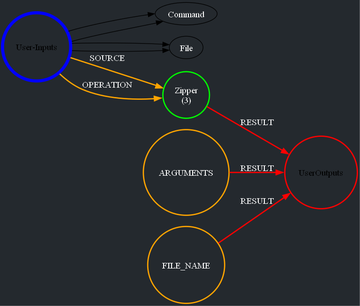
This is appContent/flow.png from Asaf-prog/stepper, a Graphviz export, as it was before one commit. Its source is kept beside it as appContent/flow.dot. Source of this version:
```dot
digraph FlowDiagram {
  rankdir=LR;
  size="400,400";
   bgcolor="#24292e";
  user_inputs [label="User-Inputs", shape=circle, color=blue, penwidth=5 ];
  user_outputs [label="User-Outputs", shape=circle, color=red, penwidth=5 ];
  node [fontcolor=white];
  edge [fontcolor=white];
  Command Line [label="Command Line\n(1)", shape=circle, color=green, penwidth=2 ];
  File Dumper [label="File Dumper\n(2)", shape=circle, color=green, penwidth=2 ];
  Zipper [label="Zipper\n(3)", shape=circle, color=green, penwidth=2 ];
  user_inputs -> Command Line [label="COMMAND", color=orange, penwidth=2 ];
  user_inputs -> Command Line [label="ARGUMENTS", color=orange, penwidth=2 ];
  Command Line -> user_outputs [label="RESULT", color=red, penwidth=2 ];
  user_inputs -> File Dumper [label="CONTENT", color=orange, penwidth=2 ];
  user_inputs -> File Dumper [label="FILE_NAME", color=orange, penwidth=2 ];
  File Dumper -> user_outputs [label="RESULT", color=red, penwidth=2 ];
  user_inputs -> Zipper [label="SOURCE", color=orange, penwidth=2 ];
  user_inputs -> Zipper [label="OPERATION", color=orange, penwidth=2 ];
  Zipper -> user_outputs [label="RESULT", color=red, penwidth=2 ];
  user_outputs [label="UserOutputs", shape=circle, color=red , penwidth=2 ];
}
```
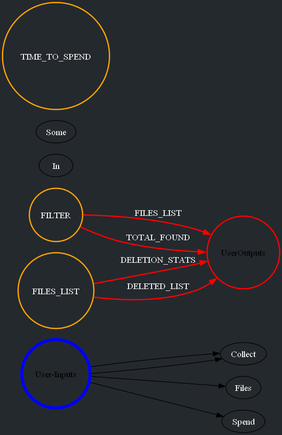
After the change.

What changed in the source:
```diff
@@ -1,22 +1,21 @@
 digraph FlowDiagram {
   rankdir=LR;
-  size="400,400";
-   bgcolor="#24292e";
+  size="400,600";
+  bgcolor="#24292e"
   user_inputs [label="User-Inputs", shape=circle, color=blue, penwidth=5 ];
   user_outputs [label="User-Outputs", shape=circle, color=red, penwidth=5 ];
   node [fontcolor=white];
   edge [fontcolor=white];
-  Command Line [label="Command Line\n(1)", shape=circle, color=green, penwidth=2 ];
-  File Dumper [label="File Dumper\n(2)", shape=circle, color=green, penwidth=2 ];
-  Zipper [label="Zipper\n(3)", shape=circle, color=green, penwidth=2 ];
-  user_inputs -> Command Line [label="COMMAND", color=orange, penwidth=2 ];
-  user_inputs -> Command Line [label="ARGUMENTS", color=orange, penwidth=2 ];
-  Command Line -> user_outputs [label="RESULT", color=red, penwidth=2 ];
-  user_inputs -> File Dumper [label="CONTENT", color=orange, penwidth=2 ];
-  user_inputs -> File Dumper [label="FILE_NAME", color=orange, penwidth=2 ];
-  File Dumper -> user_outputs [label="RESULT", color=red, penwidth=2 ];
-  user_inputs -> Zipper [label="SOURCE", color=orange, penwidth=2 ];
-  user_inputs -> Zipper [label="OPERATION", color=orange, penwidth=2 ];
-  Zipper -> user_outputs [label="RESULT", color=red, penwidth=2 ];
+  Collect Files In Folder [label="Collect Files In Folder\n(1)", shape=circle, color=green, penwidth=2 ];
+  Spend Some Time [label="Spend Some Time\n(2)", shape=circle, color=green, penwidth=2 ];
+  Files Deleter [label="Files Deleter\n(3)", shape=circle, color=green, penwidth=2 ];
+  user_inputs -> Collect Files In Folder [label="FOLDER_NAME", color=orange, penwidth=2 ];
+  user_inputs -> Collect Files In Folder [label="FILTER", color=orange, penwidth=2 ];
+  Collect Files In Folder -> user_outputs [label="FILES_LIST", color=red, penwidth=2 ];
+  Collect Files In Folder -> user_outputs [label="TOTAL_FOUND", color=red, penwidth=2 ];
+  user_inputs -> Spend Some Time [label="TIME_TO_SPEND", color=orange, penwidth=2 ];
+  user_inputs -> Files Deleter [label="FILES_LIST", color=orange, penwidth=2 ];
+  Files Deleter -> user_outputs [label="DELETION_STATS", color=red, penwidth=2 ];
+  Files Deleter -> user_outputs [label="DELETED_LIST", color=red, penwidth=2 ];
   user_outputs [label="UserOutputs", shape=circle, color=red , penwidth=2 ];
 }
```
